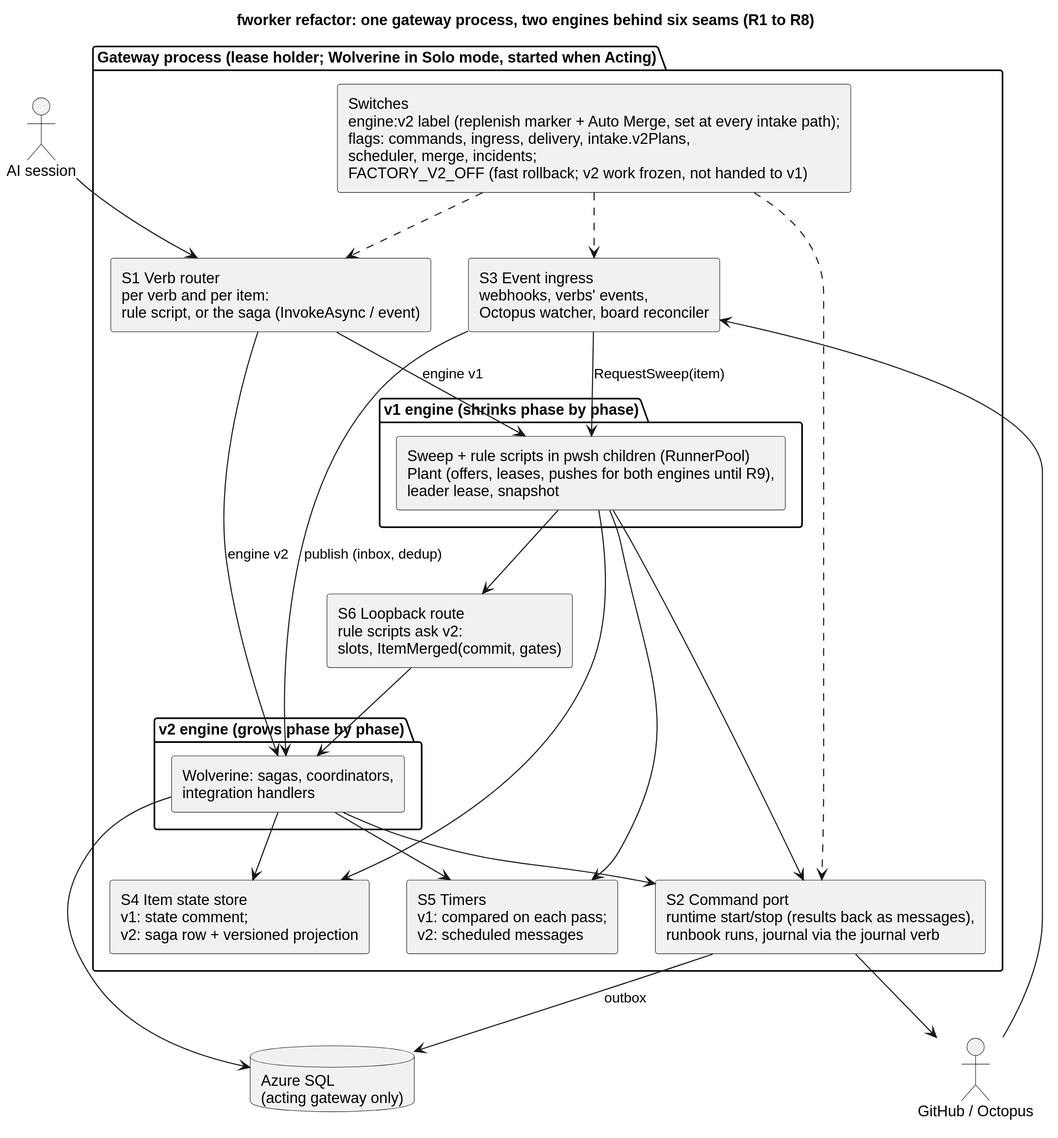
Earlier version of the PlantUML export docs/design/diagrams/fwr-seams.svg (clearmeasure-aisf-sample-apps/cmdemo1-fworker).
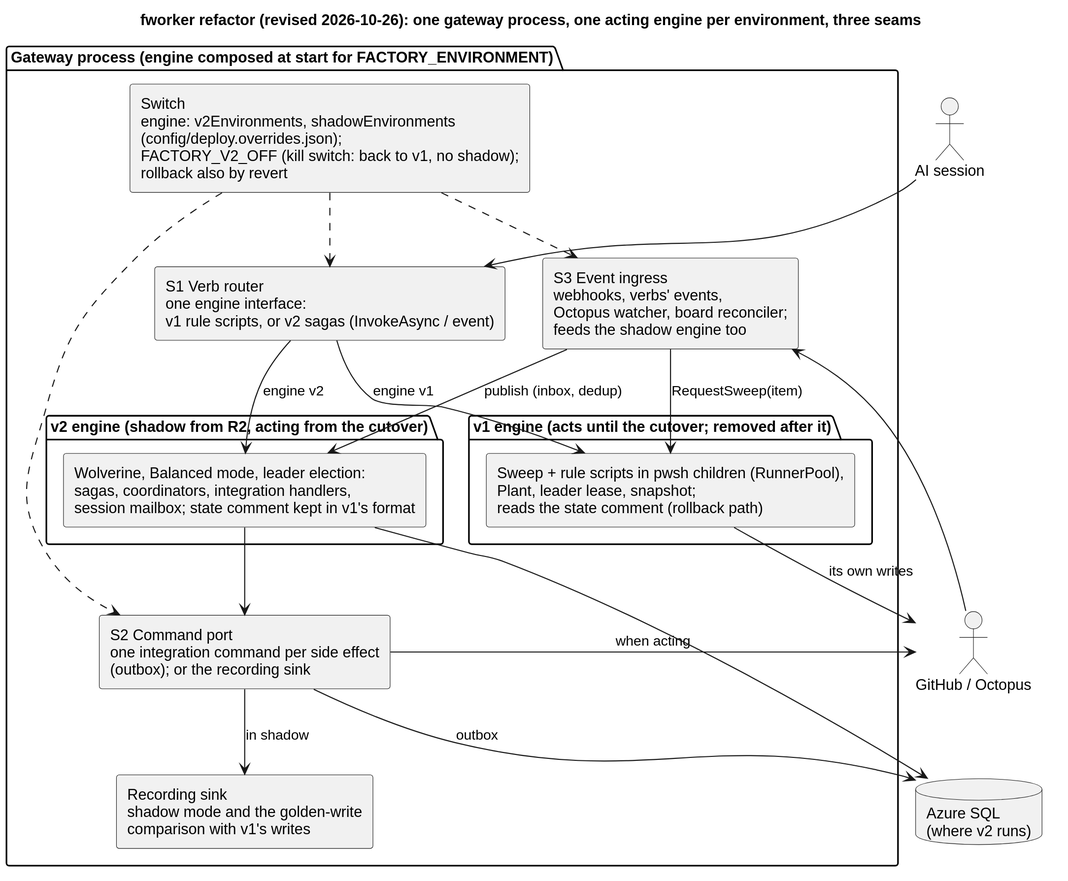
Later version of the same file.

Commit message:
Design: post-stage-C plan fitted to tdd-only acceptance and approval-free merges

Diff of the diagram source:
```diff
@@ -1,26 +1,24 @@
 @startuml
 skinparam dpi 150
 skinparam componentStyle rectangle
-title fworker refactor: one gateway process, two engines behind six seams (R1 to R8)
+title fworker refactor (revised 2026-10-26): one gateway process, one acting engine per environment, three seams
 
 actor "AI session" as S
 actor "GitHub / Octopus" as X
-package "Gateway process (lease holder; Wolverine in Solo mode, started when Acting)" {
-  [S1 Verb router\nper verb and per item:\nrule script, or the saga (InvokeAsync / event)] as S1
-  [S3 Event ingress\nwebhooks, verbs' events,\nOctopus watcher, board reconciler] as S3
-  [S2 Command port\nruntime start/stop (results back as messages),\nrunbook runs, journal via the journal verb] as S2
-  [S4 Item state store\nv1: state comment;\nv2: saga row + versioned projection] as S4
-  [S5 Timers\nv1: compared on each pass;\nv2: scheduled messages] as S5
-  [S6 Loopback route\nrule scripts ask v2:\nslots, ItemMerged(commit, gates)] as S6
-  package "v1 engine (shrinks phase by phase)" {
-    [Sweep + rule scripts in pwsh children (RunnerPool)\nPlant (offers, leases, pushes for both engines until R9),\nleader lease, snapshot] as V1
+package "Gateway process (engine composed at start for FACTORY_ENVIRONMENT)" {
+  [S1 Verb router\none engine interface:\nv1 rule scripts, or v2 sagas (InvokeAsync / event)] as S1
+  [S3 Event ingress\nwebhooks, verbs' events,\nOctopus watcher, board reconciler;\nfeeds the shadow engine too] as S3
+  [S2 Command port\none integration command per side effect\n(outbox); or the recording sink] as S2
+  [Recording sink\nshadow mode and the golden-write\ncomparison with v1's writes] as REC
+  package "v1 engine (acts until the cutover; removed after it)" {
+    [Sweep + rule scripts in pwsh children (RunnerPool),\nPlant, leader lease, snapshot;\nreads the state comment (rollback path)] as V1
   }
-  package "v2 engine (grows phase by phase)" {
-    [Wolverine: sagas, coordinators,\nintegration handlers] as V2
+  package "v2 engine (shadow from R2, acting from the cutover)" {
+    [Wolverine, Balanced mode, leader election:\nsagas, coordinators, integration handlers,\nsession mailbox; state comment kept in v1's format] as V2
   }
-  [Switches\nengine:v2 label (replenish marker + Auto Merge, set at every intake path);\nflags: commands, ingress, delivery, intake.v2Plans,\nscheduler, merge, incidents;\nFACTORY_V2_OFF (fast rollback; v2 work frozen, not handed to v1)] as SW
+  [Switch\nengine: v2Environments, shadowEnvironments\n(config/deploy.overrides.json);\nFACTORY_V2_OFF (kill switch: back to v1, no shadow);\nrollback also by revert] as SW
 }
-database "Azure SQL\n(acting gateway only)" as DB
+database "Azure SQL\n(where v2 runs)" as DB
 
 S --> S1
 X --> S3
@@ -28,18 +26,13 @@
 S1 --> V2 : engine v2
 S3 --> V1 : RequestSweep(item)
 S3 --> V2 : publish (inbox, dedup)
-V1 --> S6
-S6 --> V2
-V1 --> S2
+V1 --> X : its own writes
 V2 --> S2
-S2 --> X
-V1 --> S4
-V2 --> S4
-V1 --> S5
-V2 --> S5
+S2 --> X : when acting
+S2 --> REC : in shadow
 SW ..> S1
+SW ..> S3
 SW ..> S2
-SW ..> S3
 V2 --> DB
 S2 --> DB : outbox
 @enduml
```
